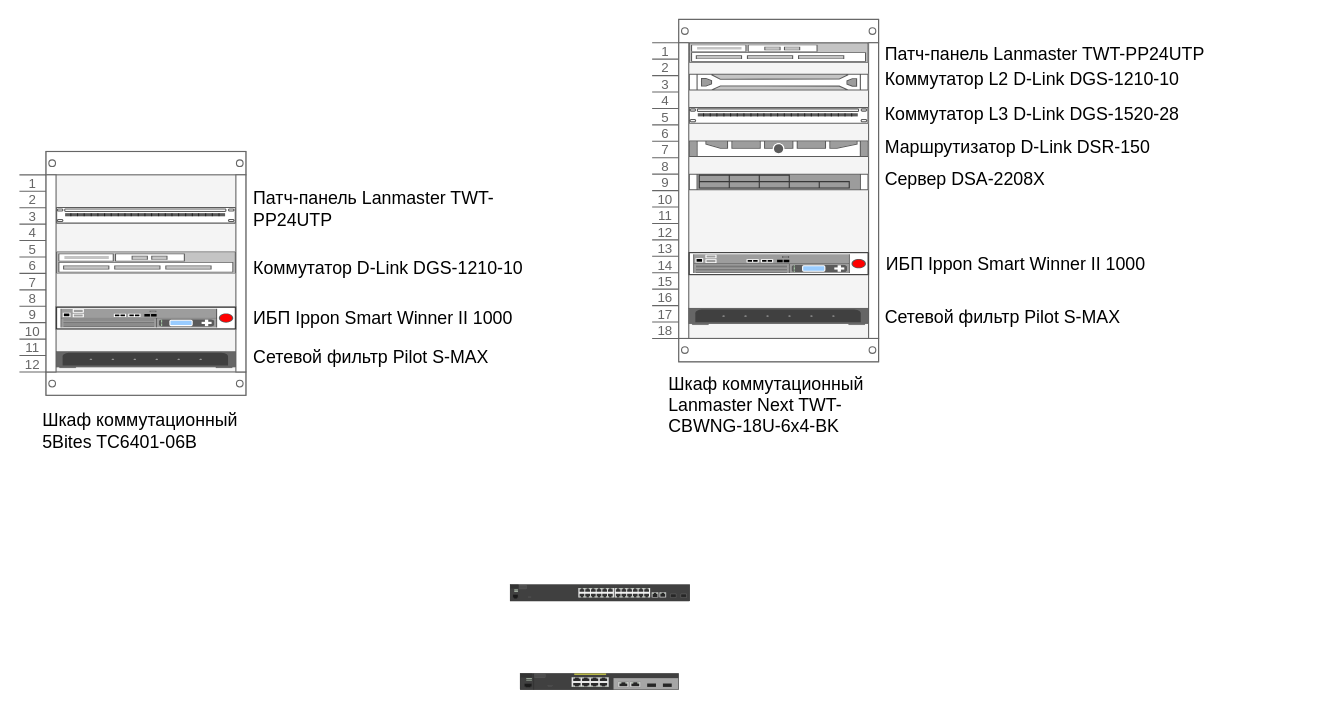
grigoriy-st/Course-project-on-network-administration keeps this draw.io diagram as Стойка.drawio. Above is the earlier version. Source tidied: cells renumbered, new cells numbered last; positions are measured from the earlier drawing's top-left corner, leaving out a move shared by most shapes. Both pictures are drawn from the tidied source at 111%, with x=0, y=0 at pixel (19, 19).
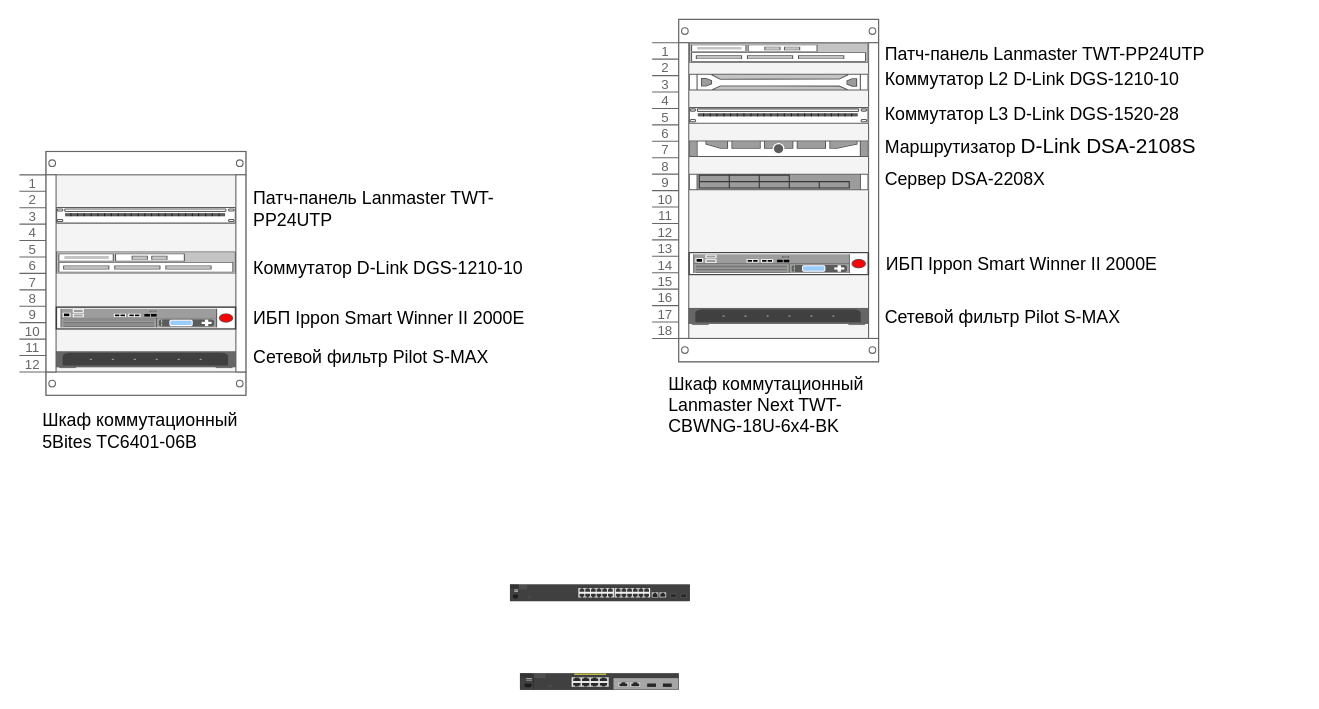
After the change.

Diff of the diagram source:
```diff
@@
-    <mxCell id="11" value="&lt;span style=&quot;font-size: 16px;&quot;&gt;&lt;font face=&quot;Helvetica&quot; style=&quot;font-size: 16px;&quot;&gt;ИБП Ippon Smart Winner II 1000&lt;/font&gt;&lt;/span&gt;" style="text;strokeColor=none;fillColor=none;align=left;verticalAlign=middle;spacingLeft=4;spacingRight=4;overflow=hidden;whiteSpace=wrap;html=1;" parent="1" vertex="1">
+    <mxCell id="11" value="&lt;span style=&quot;font-size: 16px;&quot;&gt;&lt;font face=&quot;Helvetica&quot; style=&quot;font-size: 16px;&quot;&gt;ИБП Ippon Smart Winner II 2000E&lt;/font&gt;&lt;/span&gt;" style="text;strokeColor=none;fillColor=none;align=left;verticalAlign=middle;spacingLeft=4;spacingRight=4;overflow=hidden;whiteSpace=wrap;html=1;" parent="1" vertex="1">
       <mxGeometry x="205" y="253.5" width="266" height="30" as="geometry" />
     </mxCell>
@@
-    <mxCell id="23" value="&lt;span style=&quot;font-size: 16px;&quot;&gt;&lt;font face=&quot;Helvetica&quot; style=&quot;font-size: 16px;&quot;&gt;ИБП Ippon Smart Winner II 1000&lt;/font&gt;&lt;/span&gt;" style="text;strokeColor=none;fillColor=none;align=left;verticalAlign=middle;spacingLeft=4;spacingRight=4;overflow=hidden;whiteSpace=wrap;html=1;" parent="1" vertex="1">
+    <mxCell id="23" value="&lt;span style=&quot;font-size: 16px;&quot;&gt;&lt;font face=&quot;Helvetica&quot; style=&quot;font-size: 16px;&quot;&gt;ИБП Ippon Smart Winner II 2000E&lt;/font&gt;&lt;/span&gt;" style="text;strokeColor=none;fillColor=none;align=left;verticalAlign=middle;spacingLeft=4;spacingRight=4;overflow=hidden;whiteSpace=wrap;html=1;" parent="1" vertex="1">
       <mxGeometry x="774.5" y="205" width="266" height="30" as="geometry" />
     </mxCell>
@@
-    <mxCell id="29" value="&lt;span style=&quot;font-size: 16px;&quot;&gt;Маршрутизатор D-Link DSR-150&lt;/span&gt;" style="text;strokeColor=none;fillColor=none;align=left;verticalAlign=middle;spacingLeft=4;spacingRight=4;overflow=hidden;whiteSpace=wrap;html=1;" parent="1" vertex="1">
+    <mxCell id="29" value="&lt;font face=&quot;Helvetica&quot;&gt;&lt;span style=&quot;font-size: 16px;&quot;&gt;Маршрутизатор&amp;nbsp;&lt;/span&gt;&lt;span style=&quot;font-size: 14pt;&quot; lang=&quot;EN-US&quot;&gt;D&lt;/span&gt;&lt;span style=&quot;font-size: 14pt;&quot;&gt;-&lt;/span&gt;&lt;span style=&quot;font-size: 14pt;&quot; lang=&quot;EN-US&quot;&gt;Link&lt;/span&gt;&lt;span style=&quot;font-size: 14pt;&quot; lang=&quot;EN-US&quot;&gt; &lt;/span&gt;&lt;span style=&quot;font-size: 14pt;&quot; lang=&quot;EN-US&quot;&gt;DSA&lt;/span&gt;&lt;span style=&quot;font-size: 14pt;&quot;&gt;-2108&lt;/span&gt;&lt;span style=&quot;font-size: 14pt;&quot; lang=&quot;EN-US&quot;&gt;S&lt;/span&gt;&lt;/font&gt;&lt;span style=&quot;font-size:14.0pt;&lt;br/&gt;font-family:&amp;quot;Times New Roman&amp;quot;,serif;mso-fareast-font-family:&amp;quot;Times New Roman&amp;quot;;&lt;br/&gt;mso-ansi-language:RU;mso-fareast-language:RU;mso-bidi-language:AR-SA&quot; lang=&quot;EN-US&quot;&gt;&lt;/span&gt;" style="text;strokeColor=none;fillColor=none;align=left;verticalAlign=middle;spacingLeft=4;spacingRight=4;overflow=hidden;whiteSpace=wrap;html=1;" parent="1" vertex="1">
       <mxGeometry x="774" y="100" width="299" height="29" as="geometry" />
     </mxCell>
```
